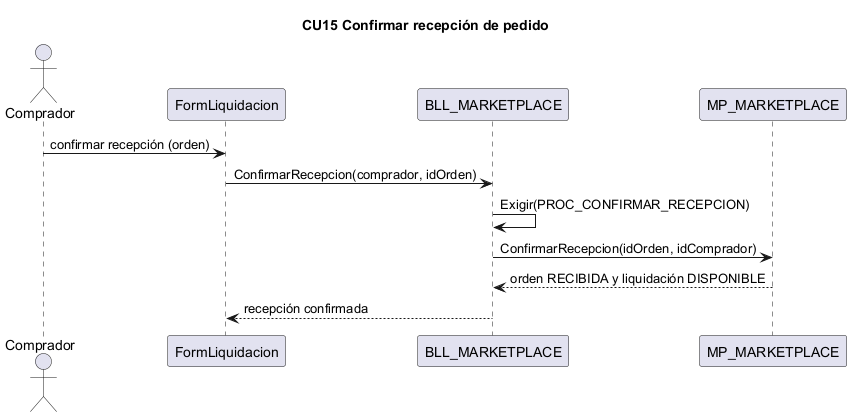
L-Muniz/uai-diploma_2026 keeps this PlantUML diagram as docs/diagramas/secuencias_png/CU15.png. Above is the earlier version. Source of this version:
```plantuml
@startuml CU15
title CU15 Confirmar recepción de pedido
actor Comprador
participant "FormLiquidacion" as IU
participant "BLL_MARKETPLACE" as BLL
participant "MP_MARKETPLACE" as DAL
Comprador -> IU : confirmar recepción (orden)
IU -> BLL : ConfirmarRecepcion(comprador, idOrden)
BLL -> BLL : Exigir(PROC_CONFIRMAR_RECEPCION)
BLL -> DAL : ConfirmarRecepcion(idOrden, idComprador)
DAL --> BLL : orden RECIBIDA y liquidación DISPONIBLE
BLL --> IU : recepción confirmada
@enduml
```
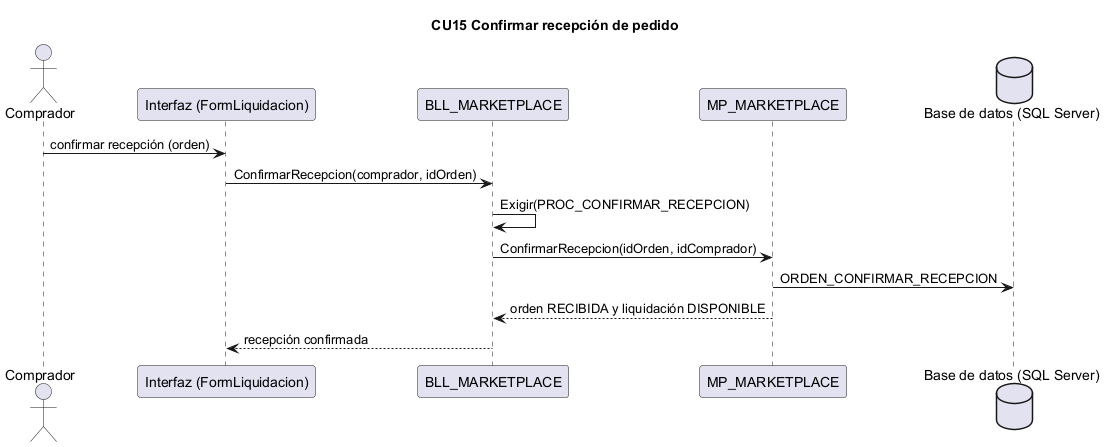
The same file after the commit.

Diff of the diagram source:
```diff
@@ -1,13 +1,15 @@
 @startuml CU15
 title CU15 Confirmar recepción de pedido
 actor Comprador
-participant "FormLiquidacion" as IU
+participant "Interfaz (FormLiquidacion)" as IU
 participant "BLL_MARKETPLACE" as BLL
 participant "MP_MARKETPLACE" as DAL
+database "Base de datos (SQL Server)" as BD
 Comprador -> IU : confirmar recepción (orden)
 IU -> BLL : ConfirmarRecepcion(comprador, idOrden)
 BLL -> BLL : Exigir(PROC_CONFIRMAR_RECEPCION)
 BLL -> DAL : ConfirmarRecepcion(idOrden, idComprador)
+DAL -> BD : ORDEN_CONFIRMAR_RECEPCION
 DAL --> BLL : orden RECIBIDA y liquidación DISPONIBLE
 BLL --> IU : recepción confirmada
 @enduml
```
